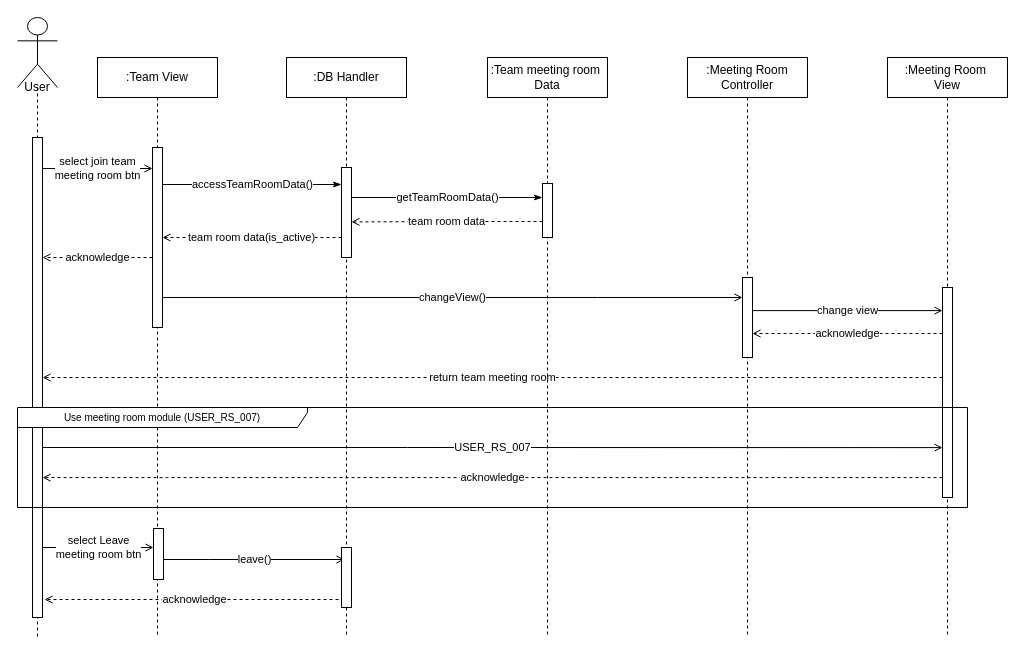
Earlier version of the draw.io diagram SD2-2.drawio (ONFFLine/Diagram). Source tidied: cells renumbered, new cells numbered last; positions are measured from the earlier drawing's top-left corner, leaving out a move shared by most shapes. Both pictures are drawn from the tidied source at 100%, with x=0, y=0 at pixel (17, 17).
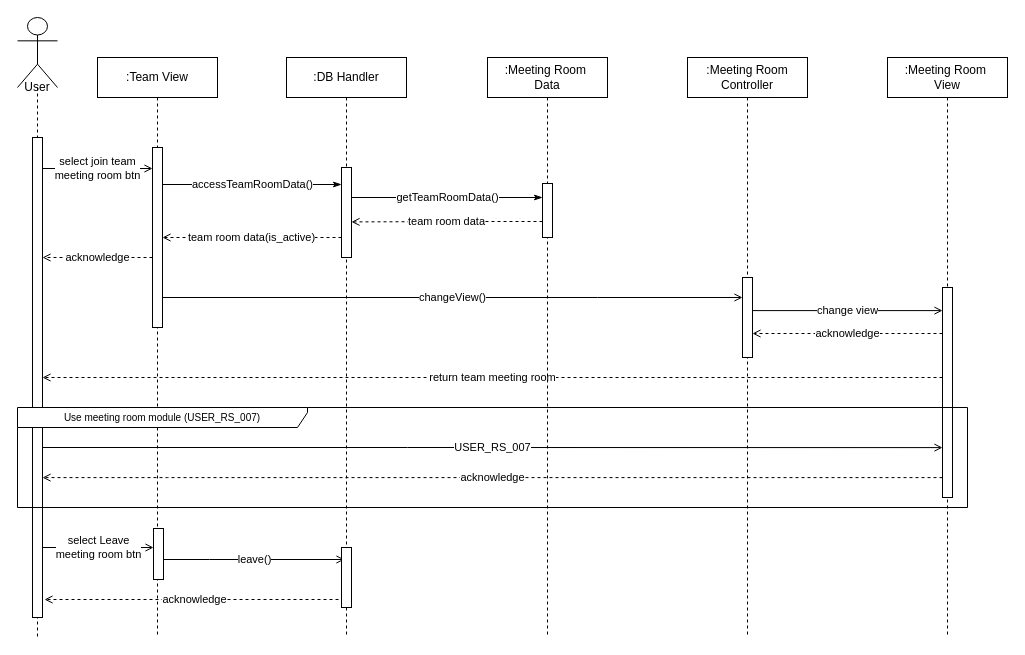
The same diagram, later.

Change to the diagram source:
```diff
@@
-    <mxCell id="24" value=":Team meeting room&amp;nbsp;&lt;br&gt;Data" style="shape=umlLifeline;perimeter=lifelinePerimeter;whiteSpace=wrap;html=1;" parent="1" vertex="1">
+    <mxCell id="24" value=":Meeting Room&amp;nbsp;&lt;br&gt;Data" style="shape=umlLifeline;perimeter=lifelinePerimeter;whiteSpace=wrap;html=1;" parent="1" vertex="1">
       <mxGeometry x="470" y="40" width="120" height="580" as="geometry" />
     </mxCell>
```
